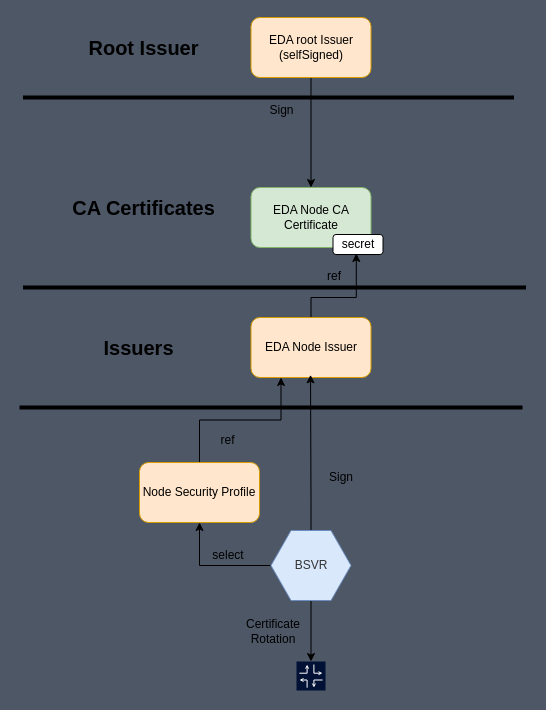
Earlier version of the draw.io diagram page "[5] EDA Node Issuer" (6 of 6) of eda-tls-issuers.drawio (nokia-eda/docs). Source tidied: cells renumbered, new cells numbered last; positions are measured from the earlier drawing's top-left corner, leaving out a move shared by most shapes. Both pictures are drawn from the tidied source at 100%, with x=0, y=0 at pixel (19, 17).
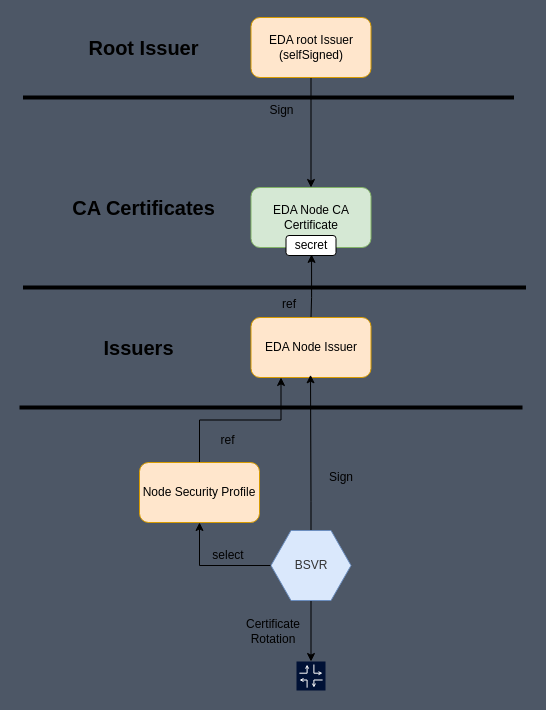
The same page after the edit.

Unchanged cells that the change refers to:
```xml
<mxCell id="7" value="EDA Node Issuer" style="rounded=1;whiteSpace=wrap;html=1;fillColor=#ffe6cc;strokeColor=#d79b00;" parent="1" vertex="1">
  <mxGeometry x="231.5" y="300" width="120" height="60" as="geometry" />
</mxCell>
```

The edit, as a diff of the source:
```diff
@@
-    <mxCell id="6" style="edgeStyle=orthogonalEdgeStyle;rounded=0;jettySize=auto;html=1;exitX=0.5;exitY=0;exitDx=0;exitDy=0;entryX=0.466;entryY=0.95;entryDx=0;entryDy=0;entryPerimeter=0;" parent="1" edge="1" source="7" target="8">
+    <mxCell id="6" style="edgeStyle=orthogonalEdgeStyle;rounded=0;jettySize=auto;html=1;exitX=0.5;exitY=0;exitDx=0;exitDy=0;entryX=0.511;entryY=0.945;entryDx=0;entryDy=0;entryPerimeter=0;" parent="1" edge="1" source="7" target="8">
       <mxGeometry relative="1" as="geometry">
         <Array as="points">
-          <mxPoint x="291.5" y="280" />
-          <mxPoint x="336.5" y="280" />
+          <mxPoint x="292" y="280" />
+          <mxPoint x="292" y="280" />
+          <mxPoint x="292" y="237" />
         </Array>
       </mxGeometry>
     </mxCell>
@@
     <mxCell id="8" value="secret" style="rounded=1;whiteSpace=wrap;html=1;" parent="1" vertex="1">
-      <mxGeometry x="313.5" y="217" width="50" height="20" as="geometry" />
+      <mxGeometry x="266.5" y="218" width="50" height="20" as="geometry" />
     </mxCell>
@@
     <mxCell id="15" value="ref" style="text;html=1;whiteSpace=wrap;strokeColor=none;fillColor=none;align=center;verticalAlign=middle;rounded=0;" parent="1" vertex="1">
-      <mxGeometry x="292.5" y="248" width="44" height="22" as="geometry" />
+      <mxGeometry x="247.5" y="276" width="44" height="22" as="geometry" />
     </mxCell>
```
